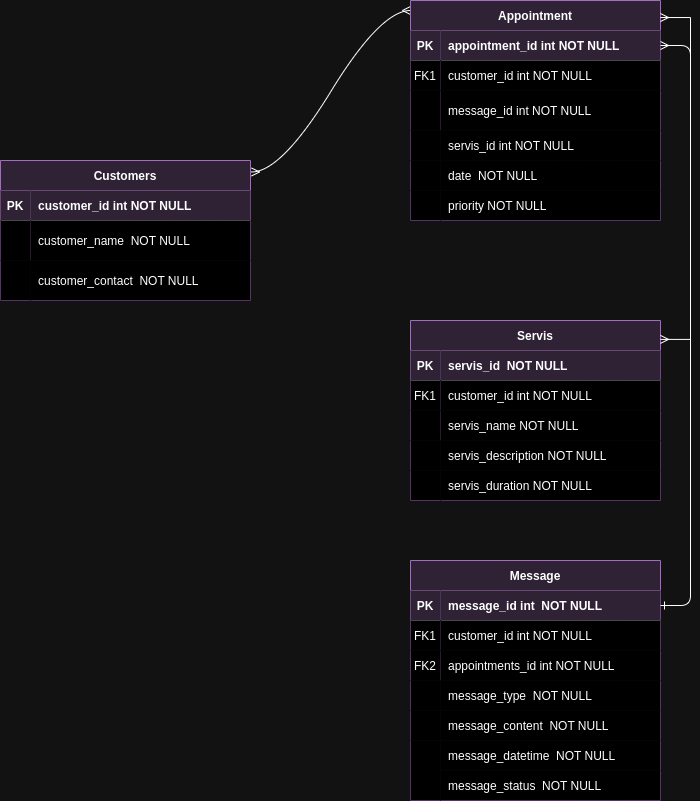
The draw.io diagram Untitled Diagram.drawio.png in SamsaAhuerma/Hair-salon-app, before a commit. Source tidied: cells renumbered, new cells last; positions are measured from the earlier drawing's top-left corner, leaving out a move shared by most shapes.
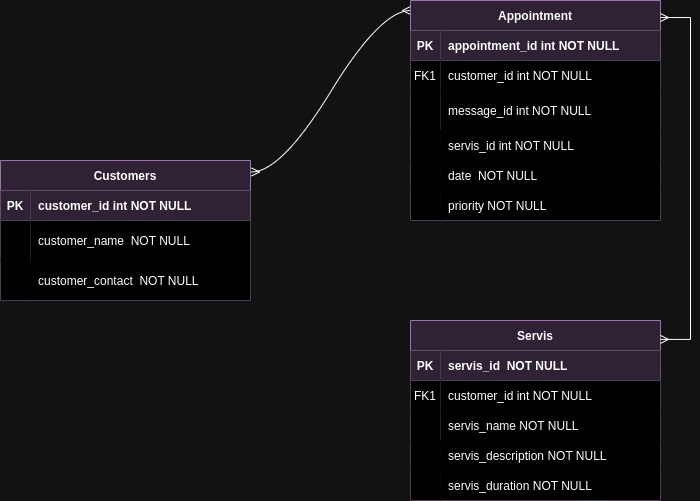
The same file after the commit.

Change to the diagram source:
```diff
@@ -137,71 +137,5 @@
     <mxCell id="42" style="shape=partialRectangle;overflow=hidden;top=0;left=0;bottom=0;right=0;" parent="1" vertex="1">
       <mxGeometry x="410" y="470" width="30" height="30" as="geometry" />
     </mxCell>
-    <mxCell id="43" value="Message" style="shape=table;startSize=30;rowLines=0;fontStyle=1;align=center;fillColor=#e1d5e7;strokeColor=#9673a6;" parent="1" vertex="1">
-      <mxGeometry x="410" y="560" width="250" height="240" as="geometry" />
-    </mxCell>
-    <mxCell id="44" style="shape=partialRectangle;fillColor=none;points=[[0,0.5],[1,0.5]];portConstraint=eastwest;top=0;left=0;right=0;bottom=1;" parent="43" vertex="1">
-      <mxGeometry y="30" width="250" height="30" as="geometry" />
-    </mxCell>
-    <mxCell id="45" value="PK" style="shape=partialRectangle;overflow=hidden;fillColor=#e1d5e7;top=0;left=0;bottom=0;right=0;fontStyle=1;strokeColor=#9673a6;" parent="44" vertex="1">
-      <mxGeometry width="30" height="30" as="geometry" />
-    </mxCell>
-    <mxCell id="46" value="message_id int  NOT NULL " style="shape=partialRectangle;overflow=hidden;fillColor=#e1d5e7;top=0;left=0;bottom=0;right=0;align=left;spacingLeft=6;fontStyle=1;strokeColor=#9673a6;" parent="44" vertex="1">
-      <mxGeometry x="30" width="220" height="30" as="geometry" />
-    </mxCell>
-    <mxCell id="47" style="shape=partialRectangle;fillColor=none;top=0;left=0;right=0;bottom=0;" parent="43" vertex="1">
-      <mxGeometry y="60" width="250" height="30" as="geometry" />
-    </mxCell>
-    <mxCell id="48" value="FK1" style="shape=partialRectangle;overflow=hidden;top=0;left=0;bottom=0;right=0;" parent="47" vertex="1">
-      <mxGeometry width="30" height="30" as="geometry" />
-    </mxCell>
-    <mxCell id="49" value="customer_id int NOT NULL" style="shape=partialRectangle;overflow=hidden;top=0;left=0;bottom=0;right=0;align=left;spacingLeft=6;" parent="47" vertex="1">
-      <mxGeometry x="30" width="220" height="30" as="geometry" />
-    </mxCell>
-    <mxCell id="50" style="shape=partialRectangle;fillColor=none;top=0;left=0;right=0;bottom=0;" parent="43" vertex="1">
-      <mxGeometry y="90" width="250" height="30" as="geometry" />
-    </mxCell>
-    <mxCell id="51" value="FK2" style="shape=partialRectangle;overflow=hidden;top=0;left=0;bottom=0;right=0;" parent="50" vertex="1">
-      <mxGeometry width="30" height="30" as="geometry" />
-    </mxCell>
-    <mxCell id="52" value="appointments_id int NOT NULL" style="shape=partialRectangle;overflow=hidden;top=0;left=0;bottom=0;right=0;align=left;spacingLeft=6;" parent="50" vertex="1">
-      <mxGeometry x="30" width="220" height="30" as="geometry" />
-    </mxCell>
-    <mxCell id="53" value="message_type  NOT NULL" style="shape=partialRectangle;overflow=hidden;top=0;left=0;bottom=0;right=0;align=left;spacingLeft=6;" parent="1" vertex="1">
-      <mxGeometry x="440" y="680" width="220" height="30" as="geometry" />
-    </mxCell>
-    <mxCell id="54" style="shape=partialRectangle;overflow=hidden;top=0;left=0;bottom=0;right=0;" parent="1" vertex="1">
-      <mxGeometry x="410" y="680" width="30" height="30" as="geometry" />
-    </mxCell>
-    <mxCell id="55" value="message_content  NOT NULL" style="shape=partialRectangle;overflow=hidden;top=0;left=0;bottom=0;right=0;align=left;spacingLeft=6;" parent="1" vertex="1">
-      <mxGeometry x="440" y="710" width="220" height="30" as="geometry" />
-    </mxCell>
-    <mxCell id="56" style="shape=partialRectangle;overflow=hidden;top=0;left=0;bottom=0;right=0;" parent="1" vertex="1">
-      <mxGeometry x="410" y="710" width="30" height="30" as="geometry" />
-    </mxCell>
-    <mxCell id="57" value="message_datetime  NOT NULL" style="shape=partialRectangle;overflow=hidden;top=0;left=0;bottom=0;right=0;align=left;spacingLeft=6;" parent="1" vertex="1">
-      <mxGeometry x="440" y="740" width="220" height="30" as="geometry" />
-    </mxCell>
-    <mxCell id="58" value="message_status  NOT NULL" style="shape=partialRectangle;overflow=hidden;top=0;left=0;bottom=0;right=0;align=left;spacingLeft=6;" parent="1" vertex="1">
-      <mxGeometry x="440" y="770" width="220" height="30" as="geometry" />
-    </mxCell>
-    <mxCell id="59" style="shape=partialRectangle;overflow=hidden;top=0;left=0;bottom=0;right=0;" parent="1" vertex="1">
-      <mxGeometry x="410" y="740" width="30" height="60" as="geometry" />
-    </mxCell>
-    <mxCell id="60" style="edgeStyle=entityRelationEdgeStyle;endArrow=ERmany;startArrow=ERone;endFill=0;startFill=0;rounded=1;curved=0;exitX=1;exitY=0.5;exitDx=0;exitDy=0;entryX=1;entryY=0.5;entryDx=0;entryDy=0;" parent="1" edge="1" source="44" target="4">
-      <mxGeometry relative="1" as="geometry">
-        <Array as="points">
-          <mxPoint x="770" y="642" />
-          <mxPoint x="820" y="375" />
-          <mxPoint x="760" y="385" />
-          <mxPoint x="850" y="385" />
-          <mxPoint x="810" y="385" />
-          <mxPoint x="710" y="282" />
-          <mxPoint x="780" y="372" />
-          <mxPoint x="719" y="282" />
-          <mxPoint x="850" y="132" />
-        </Array>
-      </mxGeometry>
-    </mxCell>
   </root>
 </mxGraphModel>
```
